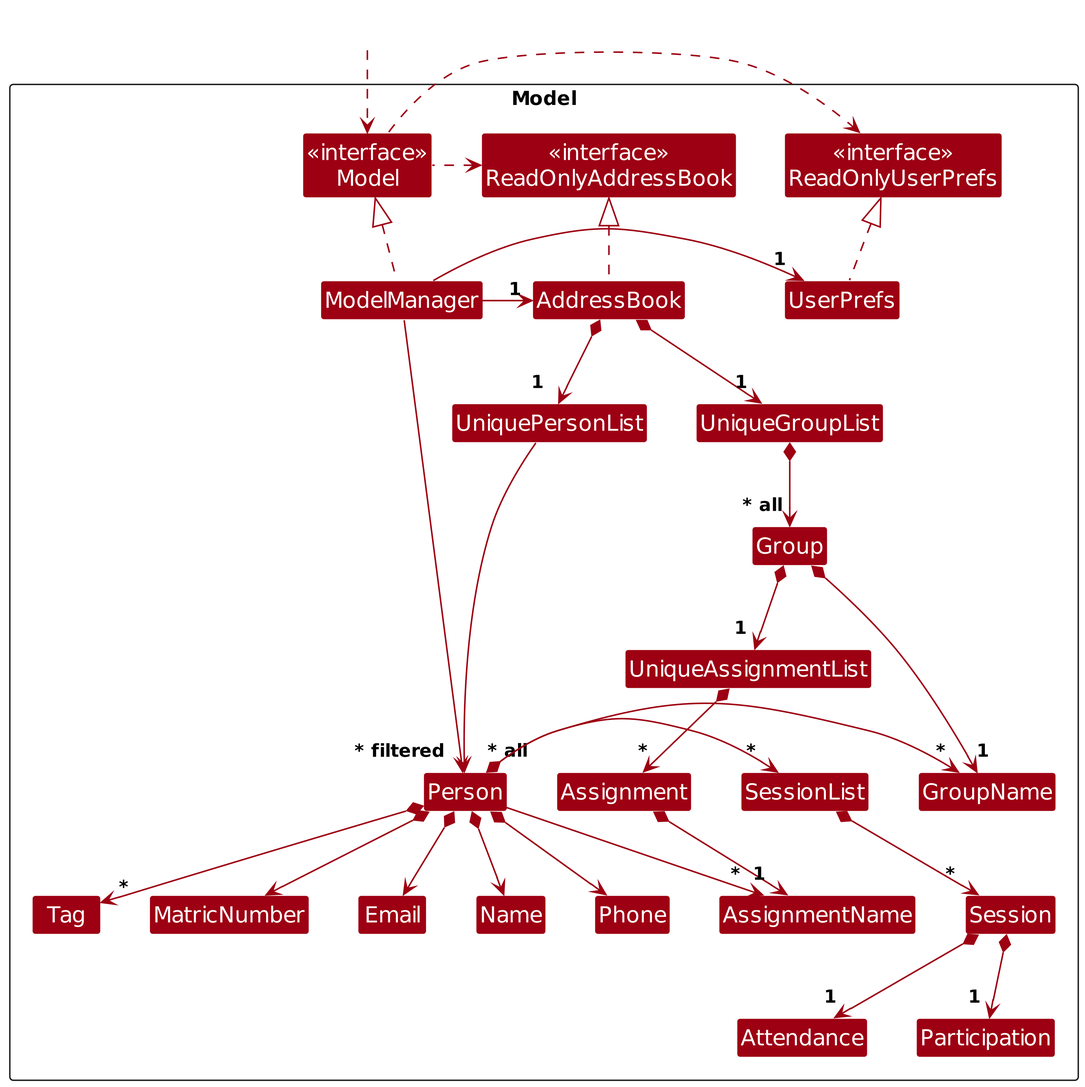
This is diagrams/ModelClassDiagram.png from AY2526S2-CS2103T-F14-1/tp, a PlantUML export, as it was before one commit. Its source is kept beside it as diagrams/ModelClassDiagram.puml.
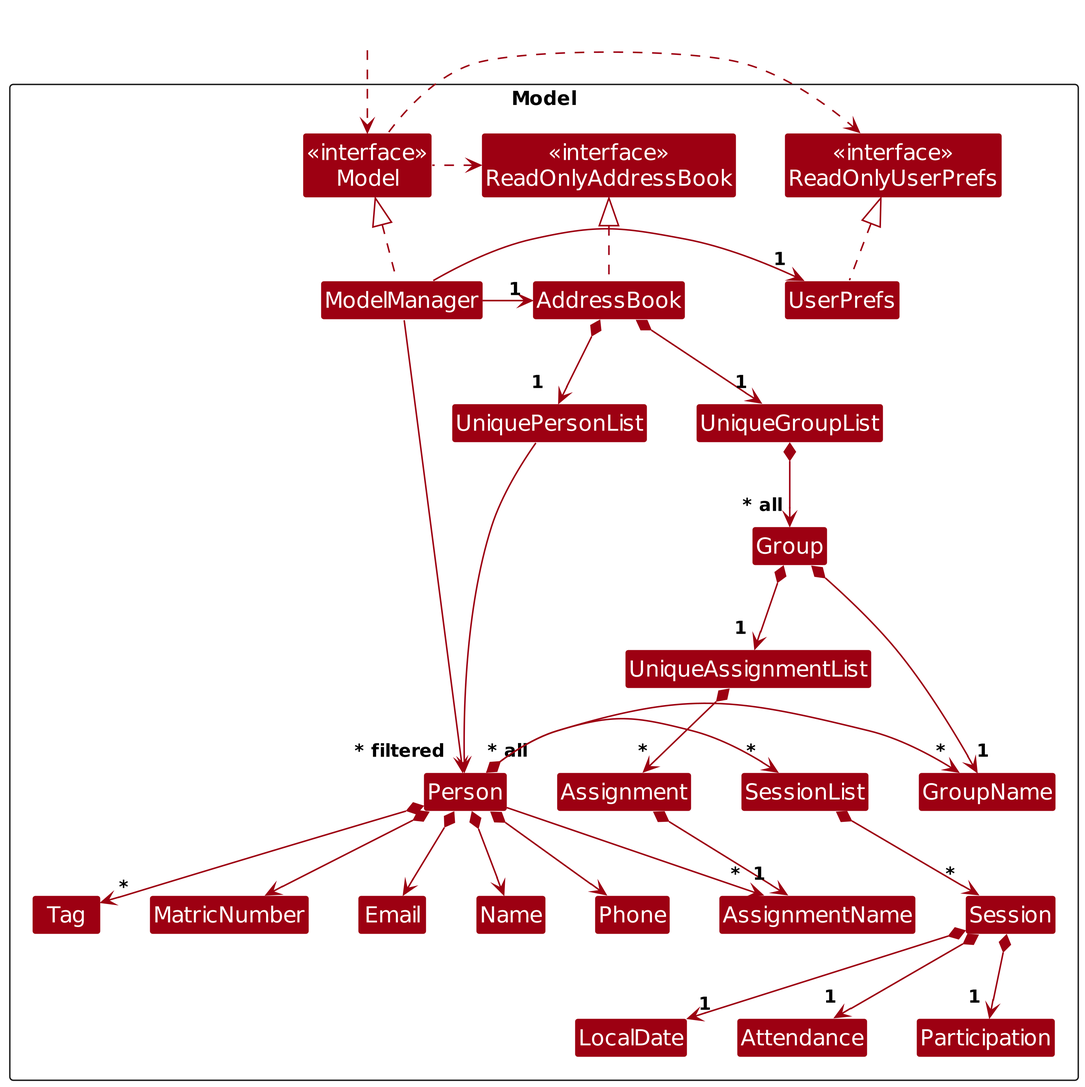
After the commit.

The edit, as a diff of the source:
```diff
@@ -21,6 +21,7 @@
 Class AssignmentName
 Class SessionList
 Class Session
+Class LocalDate
 Class Attendance
 Class Participation
 Class Person
@@ -62,6 +63,7 @@
 Person *-> " * " SessionList
 Person --> "*" AssignmentName
 SessionList *--> " * " Session
+Session *--> "1 " LocalDate
 Session *--> "1 " Attendance
 Session *--> "1 " Participation
 
```
